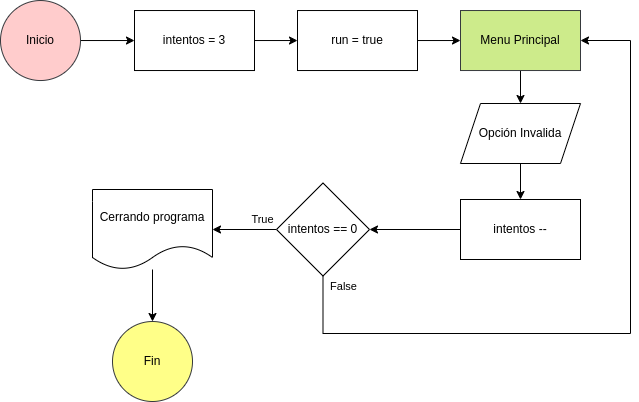
This is docs/resources/limitador_intentos_salida.png from Je12emy/proyecto_info_1, a draw.io export, as it was before one commit. Source tidied: cells renumbered, new cells last; positions are measured from the earlier drawing's top-left corner, leaving out a move shared by most shapes. Its diagram source:
```xml
<mxGraphModel>
  <root>
    <mxCell id="0" />
    <mxCell id="1" parent="0" />
    <mxCell id="2" style="edgeStyle=orthogonalEdgeStyle;rounded=0;jettySize=auto;html=1;entryX=0;entryY=0.5;entryDx=0;entryDy=0;" parent="1" edge="1" source="3" target="7">
      <mxGeometry relative="1" as="geometry" />
    </mxCell>
    <mxCell id="3" value="Inicio" style="ellipse;whiteSpace=wrap;html=1;fillColor=#ffcccc;strokeColor=#36393d;rounded=0;" parent="1" vertex="1">
      <mxGeometry width="80" height="80" as="geometry" />
    </mxCell>
    <mxCell id="4" style="edgeStyle=orthogonalEdgeStyle;rounded=0;jettySize=auto;html=1;" parent="1" edge="1" source="5" target="9">
      <mxGeometry relative="1" as="geometry" />
    </mxCell>
    <mxCell id="5" value="run = true" style="rounded=0;whiteSpace=wrap;html=1;" parent="1" vertex="1">
      <mxGeometry x="297" y="10" width="120" height="60" as="geometry" />
    </mxCell>
    <mxCell id="6" style="edgeStyle=orthogonalEdgeStyle;rounded=0;jettySize=auto;html=1;entryX=0;entryY=0.5;entryDx=0;entryDy=0;" parent="1" edge="1" source="7" target="5">
      <mxGeometry relative="1" as="geometry" />
    </mxCell>
    <mxCell id="7" value="intentos = 3" style="rounded=0;whiteSpace=wrap;html=1;" parent="1" vertex="1">
      <mxGeometry x="134" y="10" width="120" height="60" as="geometry" />
    </mxCell>
    <mxCell id="8" style="edgeStyle=orthogonalEdgeStyle;rounded=0;jettySize=auto;html=1;entryX=0.5;entryY=0;entryDx=0;entryDy=0;" parent="1" edge="1" source="9" target="13">
      <mxGeometry relative="1" as="geometry" />
    </mxCell>
    <mxCell id="9" value="Menu Principal" style="whiteSpace=wrap;html=1;rounded=0;fillColor=#cdeb8b;strokeColor=#36393d;" parent="1" vertex="1">
      <mxGeometry x="460" y="10" width="120" height="60" as="geometry" />
    </mxCell>
    <mxCell id="10" style="edgeStyle=orthogonalEdgeStyle;rounded=0;jettySize=auto;html=1;" parent="1" edge="1" source="11" target="18">
      <mxGeometry relative="1" as="geometry" />
    </mxCell>
    <mxCell id="11" value="intentos --" style="rounded=0;whiteSpace=wrap;html=1;" parent="1" vertex="1">
      <mxGeometry x="460" y="199" width="120" height="60" as="geometry" />
    </mxCell>
    <mxCell id="12" style="edgeStyle=orthogonalEdgeStyle;rounded=0;jettySize=auto;html=1;entryX=0.5;entryY=0;entryDx=0;entryDy=0;" parent="1" edge="1" source="13" target="11">
      <mxGeometry relative="1" as="geometry" />
    </mxCell>
    <mxCell id="13" value="Opción Invalida" style="shape=parallelogram;perimeter=parallelogramPerimeter;whiteSpace=wrap;html=1;fixedSize=1;" parent="1" vertex="1">
      <mxGeometry x="460" y="103" width="120" height="60" as="geometry" />
    </mxCell>
    <mxCell id="14" style="edgeStyle=orthogonalEdgeStyle;rounded=0;jettySize=auto;html=1;" parent="1" edge="1" source="18" target="9">
      <mxGeometry relative="1" as="geometry">
        <Array as="points">
          <mxPoint x="323" y="333" />
          <mxPoint x="630" y="333" />
          <mxPoint x="630" y="40" />
        </Array>
      </mxGeometry>
    </mxCell>
    <mxCell id="15" value="False" style="edgeLabel;html=1;align=center;verticalAlign=middle;" parent="14" vertex="1">
      <mxGeometry x="-0.95" y="-1" relative="1" as="geometry">
        <mxPoint x="21" y="-9" as="offset" />
      </mxGeometry>
    </mxCell>
    <mxCell id="16" style="edgeStyle=orthogonalEdgeStyle;rounded=0;jettySize=auto;html=1;" parent="1" edge="1" source="18" target="20">
      <mxGeometry relative="1" as="geometry" />
    </mxCell>
    <mxCell id="17" value="True" style="edgeLabel;html=1;align=center;verticalAlign=middle;" parent="16" vertex="1">
      <mxGeometry x="0.07" y="-1" relative="1" as="geometry">
        <mxPoint x="20" y="-9" as="offset" />
      </mxGeometry>
    </mxCell>
    <mxCell id="18" value="intentos == 0" style="rhombus;whiteSpace=wrap;html=1;rounded=0;" parent="1" vertex="1">
      <mxGeometry x="276" y="182.5" width="93" height="93" as="geometry" />
    </mxCell>
    <mxCell id="19" style="edgeStyle=orthogonalEdgeStyle;rounded=0;jettySize=auto;html=1;" parent="1" edge="1" source="20" target="21">
      <mxGeometry relative="1" as="geometry" />
    </mxCell>
    <mxCell id="20" value="Cerrando programa" style="shape=document;whiteSpace=wrap;html=1;boundedLbl=1;" parent="1" vertex="1">
      <mxGeometry x="92" y="189" width="120" height="80" as="geometry" />
    </mxCell>
    <mxCell id="21" value="Fin" style="ellipse;whiteSpace=wrap;html=1;fillColor=#ffff88;strokeColor=#36393d;rounded=0;" parent="1" vertex="1">
      <mxGeometry x="112" y="321" width="80" height="80" as="geometry" />
    </mxCell>
  </root>
</mxGraphModel>
```
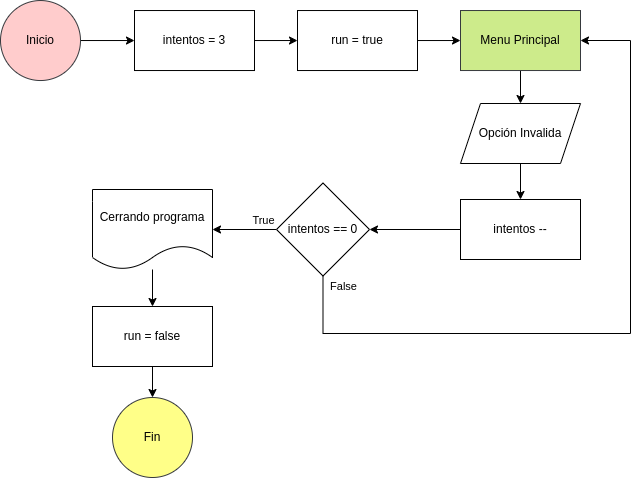
Later version of the same file.

Change to the diagram source:
```diff
@@ -63,14 +63,20 @@
     <mxCell id="18" value="intentos == 0" style="rhombus;whiteSpace=wrap;html=1;rounded=0;" parent="1" vertex="1">
       <mxGeometry x="276" y="182.5" width="93" height="93" as="geometry" />
     </mxCell>
-    <mxCell id="19" style="edgeStyle=orthogonalEdgeStyle;rounded=0;jettySize=auto;html=1;" parent="1" edge="1" source="20" target="21">
+    <mxCell id="19" style="edgeStyle=orthogonalEdgeStyle;rounded=0;jettySize=auto;html=1;entryX=0.5;entryY=0;entryDx=0;entryDy=0;" parent="1" edge="1" source="20" target="23">
       <mxGeometry relative="1" as="geometry" />
     </mxCell>
     <mxCell id="20" value="Cerrando programa" style="shape=document;whiteSpace=wrap;html=1;boundedLbl=1;" parent="1" vertex="1">
       <mxGeometry x="92" y="189" width="120" height="80" as="geometry" />
     </mxCell>
     <mxCell id="21" value="Fin" style="ellipse;whiteSpace=wrap;html=1;fillColor=#ffff88;strokeColor=#36393d;rounded=0;" parent="1" vertex="1">
-      <mxGeometry x="112" y="321" width="80" height="80" as="geometry" />
+      <mxGeometry x="112" y="397" width="80" height="80" as="geometry" />
     </mxCell>
+    <mxCell id="22" style="edgeStyle=orthogonalEdgeStyle;rounded=0;jettySize=auto;html=1;entryX=0.5;entryY=0;entryDx=0;entryDy=0;" parent="1" edge="1" source="23" target="21">
+      <mxGeometry relative="1" as="geometry" />
+    </mxCell>
+    <mxCell id="23" value="run = false" style="rounded=0;whiteSpace=wrap;html=1;" parent="1" vertex="1">
+      <mxGeometry x="92" y="306" width="120" height="60" as="geometry" />
+    </mxCell>
   </root>
 </mxGraphModel>
```
